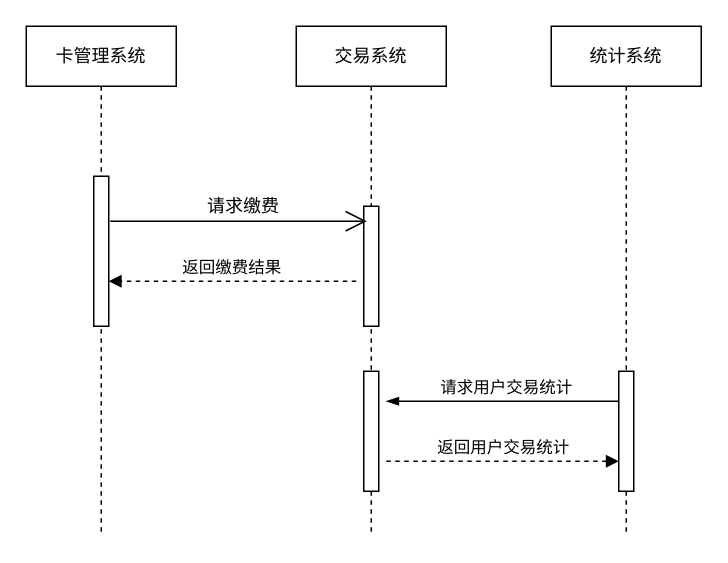
This is time.geekbang/缴费场景时序图.drawio from chenlongqiang/draw.io, a draw.io file, before an edit. Source tidied: cells renumbered, new cells numbered last; positions are measured from the earlier drawing's top-left corner, leaving out a move shared by most shapes. Both pictures are drawn from the tidied source at 150%, with x=0, y=0 at pixel (26, 26).
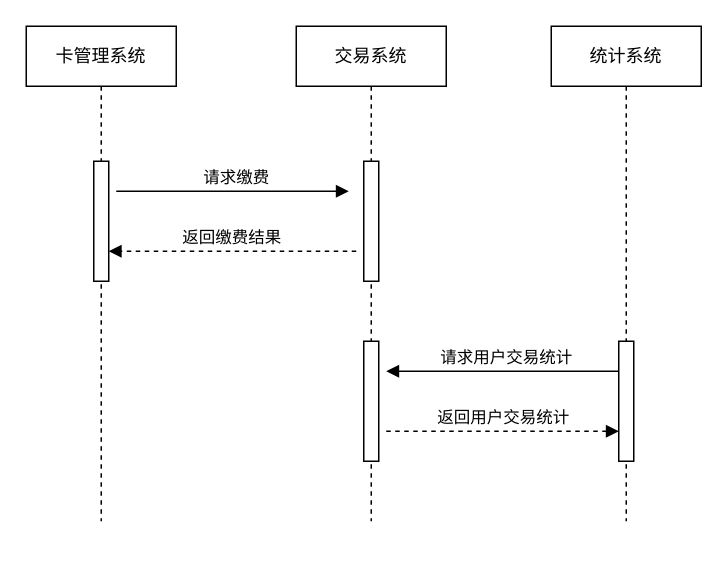
The same diagram, later.

Commit message:
更新缴费场景时序图.drawio

Diff of the diagram source:
```diff
@@
 <mxGraphModel background="#ffffff">
   <root>
     <mxCell id="0" />
     <mxCell id="1" parent="0" />
     <mxCell id="2" value="&lt;span&gt;卡管理系统&lt;/span&gt;" style="shape=umlLifeline;perimeter=lifelinePerimeter;whiteSpace=wrap;html=1;" parent="1" vertex="1">
-      <mxGeometry width="100" height="340" as="geometry" />
+      <mxGeometry width="100" height="330" as="geometry" />
     </mxCell>
-    <mxCell id="3" style="html=1;points=[];perimeter=orthogonalPerimeter;" parent="2" vertex="1">
-      <mxGeometry x="45" y="100" width="10" height="100" as="geometry" />
-    </mxCell>
+    <mxCell id="14" style="html=1;perimeter=orthogonalPerimeter;" parent="2" vertex="1">
+      <mxGeometry x="45" y="90" width="10" height="80" as="geometry" />
+    </mxCell>
     <mxCell id="4" value="&lt;span&gt;统计系统&lt;br&gt;&lt;/span&gt;" style="shape=umlLifeline;perimeter=lifelinePerimeter;whiteSpace=wrap;html=1;" parent="1" vertex="1">
-      <mxGeometry x="350" width="100" height="340" as="geometry" />
+      <mxGeometry x="350" width="100" height="330" as="geometry" />
     </mxCell>
     <mxCell id="5" style="html=1;perimeter=orthogonalPerimeter;" parent="4" vertex="1">
-      <mxGeometry x="45" y="230" width="10" height="80" as="geometry" />
+      <mxGeometry x="45" y="210" width="10" height="80" as="geometry" />
     </mxCell>
     <mxCell id="6" value="&lt;span&gt;交易系统&lt;br&gt;&lt;/span&gt;" style="shape=umlLifeline;perimeter=lifelinePerimeter;whiteSpace=wrap;html=1;" parent="1" vertex="1">
-      <mxGeometry x="180" width="100" height="340" as="geometry" />
+      <mxGeometry x="180" width="100" height="330" as="geometry" />
     </mxCell>
     <mxCell id="7" style="html=1;points=[];perimeter=orthogonalPerimeter;" parent="6" vertex="1">
-      <mxGeometry x="45" y="120" width="10" height="80" as="geometry" />
+      <mxGeometry x="45" y="90" width="10" height="80" as="geometry" />
     </mxCell>
     <mxCell id="8" style="html=1;perimeter=orthogonalPerimeter;" parent="6" vertex="1">
-      <mxGeometry x="45" y="230" width="10" height="80" as="geometry" />
+      <mxGeometry x="45" y="210" width="10" height="80" as="geometry" />
     </mxCell>
-    <mxCell id="9" style="endArrow=open;endFill=1;endSize=12;html=1;entryX=0.2;entryY=0.125;entryDx=0;entryDy=0;entryPerimeter=0;" parent="1" edge="1" target="7">
-      <mxGeometry relative="1" as="geometry">
-        <mxPoint x="56" y="130" as="sourcePoint" />
-      </mxGeometry>
-    </mxCell>
-    <mxCell id="10" value="请求缴费" style="text;html=1;strokeColor=none;fillColor=none;align=center;verticalAlign=middle;whiteSpace=wrap;rounded=0;" parent="1" vertex="1">
-      <mxGeometry x="120" y="110" width="50" height="20" as="geometry" />
-    </mxCell>
-    <mxCell id="11" value="返回缴费结果" style="html=1;verticalAlign=bottom;endArrow=block;dashed=1;" parent="1" edge="1" target="3">
+    <mxCell id="11" value="返回缴费结果" style="html=1;verticalAlign=bottom;endArrow=block;dashed=1;" parent="1" edge="1">
       <mxGeometry relative="1" as="geometry">
-        <mxPoint x="220" y="170" as="sourcePoint" />
+        <mxPoint x="220" y="150" as="sourcePoint" />
+        <mxPoint x="55" y="150" as="targetPoint" />
         <Array as="points">
-          <mxPoint x="180" y="170" />
+          <mxPoint x="180" y="150" />
         </Array>
       </mxGeometry>
     </mxCell>
-    <mxCell id="12" value="请求用户交易统计" style="html=1;verticalAlign=bottom;endArrow=none;startArrow=blockThin;startFill=1;endFill=0;" parent="1" edge="1">
+    <mxCell id="12" value="请求用户交易统计" style="html=1;verticalAlign=bottom;endArrow=none;startArrow=block;startFill=1;endFill=0;" parent="1" edge="1">
       <mxGeometry x="0.03" relative="1" as="geometry">
-        <mxPoint x="240" y="250" as="sourcePoint" />
-        <mxPoint x="395" y="250" as="targetPoint" />
+        <mxPoint x="240" y="230" as="sourcePoint" />
+        <mxPoint x="395" y="230" as="targetPoint" />
       </mxGeometry>
     </mxCell>
     <mxCell id="13" value="返回用户交易统计" style="html=1;verticalAlign=bottom;endArrow=block;dashed=1;" parent="1" edge="1">
       <mxGeometry relative="1" as="geometry">
-        <mxPoint x="240" y="290" as="sourcePoint" />
-        <mxPoint x="395" y="290" as="targetPoint" />
+        <mxPoint x="240" y="270" as="sourcePoint" />
+        <mxPoint x="395" y="270" as="targetPoint" />
       </mxGeometry>
     </mxCell>
+    <mxCell id="10" value="请求缴费" style="html=1;verticalAlign=bottom;endArrow=block;startArrow=none;startFill=0;endFill=1;" parent="1" edge="1">
+      <mxGeometry x="0.03" relative="1" as="geometry">
+        <mxPoint x="60" y="110" as="sourcePoint" />
+        <mxPoint x="215" y="110" as="targetPoint" />
+      </mxGeometry>
+    </mxCell>
   </root>
 </mxGraphModel>
```
